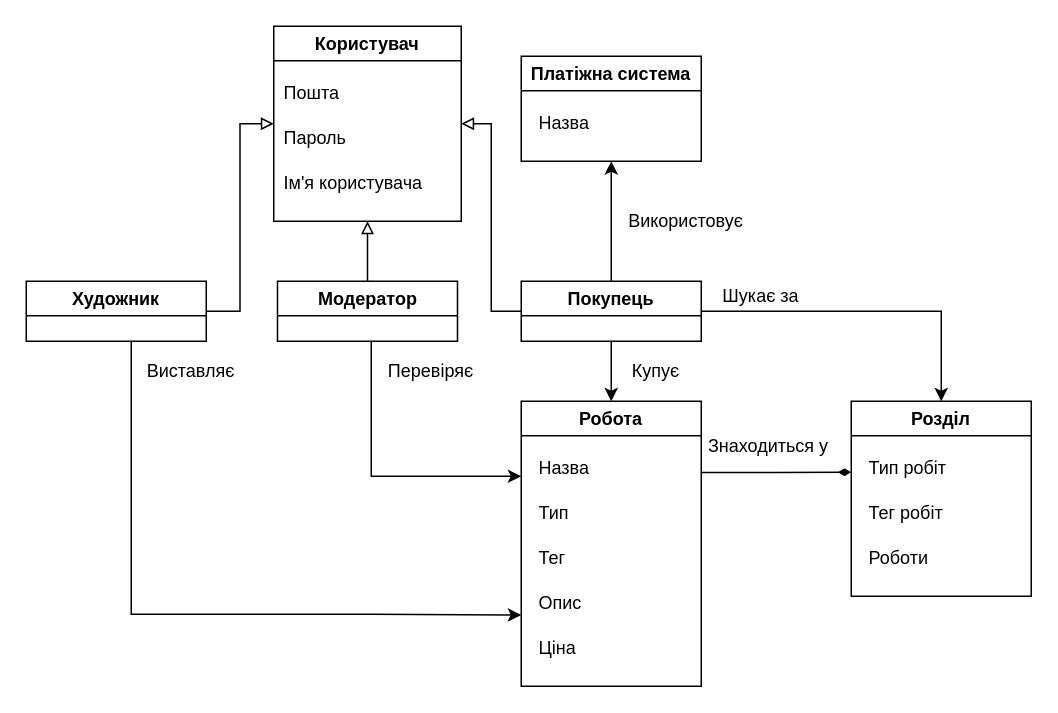
Earlier version of the draw.io diagram 2-SoftwareDesign/2.1-UMLConceptClasses/UML-ConceptClasses.drawio (oleksandrblazhko/ai203-tokarev). Source tidied: cells renumbered, new cells numbered last; positions are measured from the earlier drawing's top-left corner, leaving out a move shared by most shapes. Both pictures are drawn from the tidied source at 150%, with x=0, y=0 at pixel (26, 26).
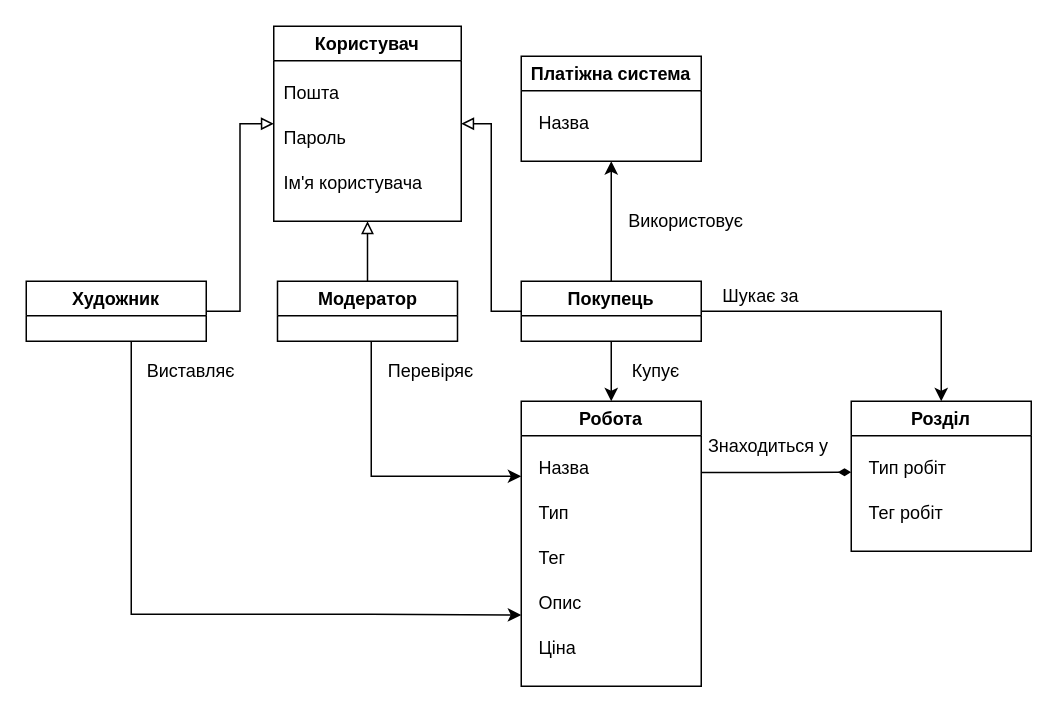
After the change.

The edit, as a diff of the source:
```diff
@@
     <mxCell id="18" value="Розділ" style="swimlane;whiteSpace=wrap;html=1;" parent="1" vertex="1">
-      <mxGeometry x="550" y="250" width="120" height="130" as="geometry" />
+      <mxGeometry x="550" y="250" width="120" height="100" as="geometry" />
     </mxCell>
@@
-    <mxCell id="21" value="Роботи" style="text;html=1;align=left;verticalAlign=middle;strokeColor=none;fillColor=none;" parent="18" vertex="1">
-      <mxGeometry x="10" y="90" width="60" height="30" as="geometry" />
-    </mxCell>
```
